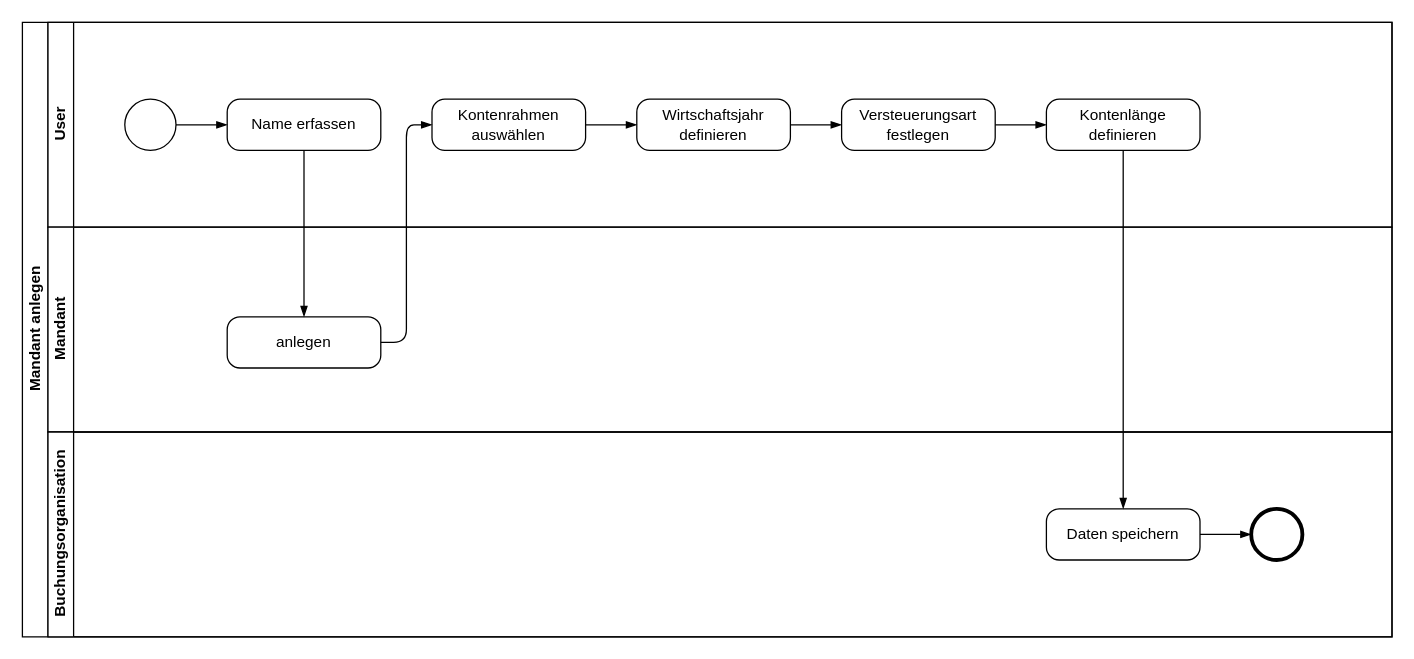
Earlier version of the draw.io diagram page 5 of 5 of architektur/Architektur.drawio (DirkPodolakEssquare/agenda). Source tidied: cells renumbered, new cells numbered last; positions are measured from the earlier drawing's top-left corner, leaving out a move shared by most shapes. Both pictures are drawn from the tidied source at 128%, with x=0, y=0 at pixel (22, 22).
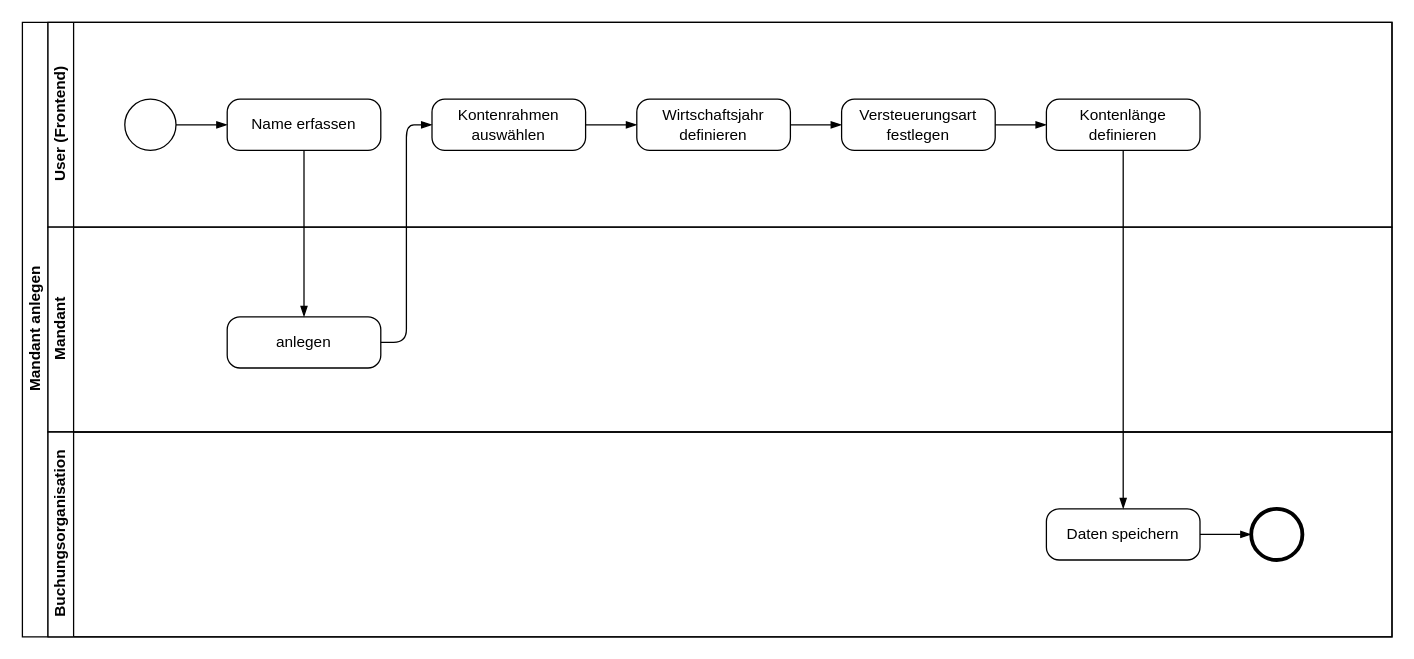
After the change.

The change refers to these unchanged cells:
```xml
<mxCell id="2" value="Mandant anlegen" style="swimlane;html=1;horizontal=0;startSize=20;" parent="1" vertex="1">
  <mxGeometry width="1070" height="480" as="geometry" />
</mxCell>
```

What changed in the source:
```diff
@@
-    <mxCell id="3" value="User" style="swimlane;html=1;startSize=20;horizontal=0;" parent="2" vertex="1">
+    <mxCell id="3" value="User (Frontend)" style="swimlane;html=1;startSize=20;horizontal=0;" parent="2" vertex="1">
       <mxGeometry x="20" width="1050" height="160" as="geometry" />
     </mxCell>
```
